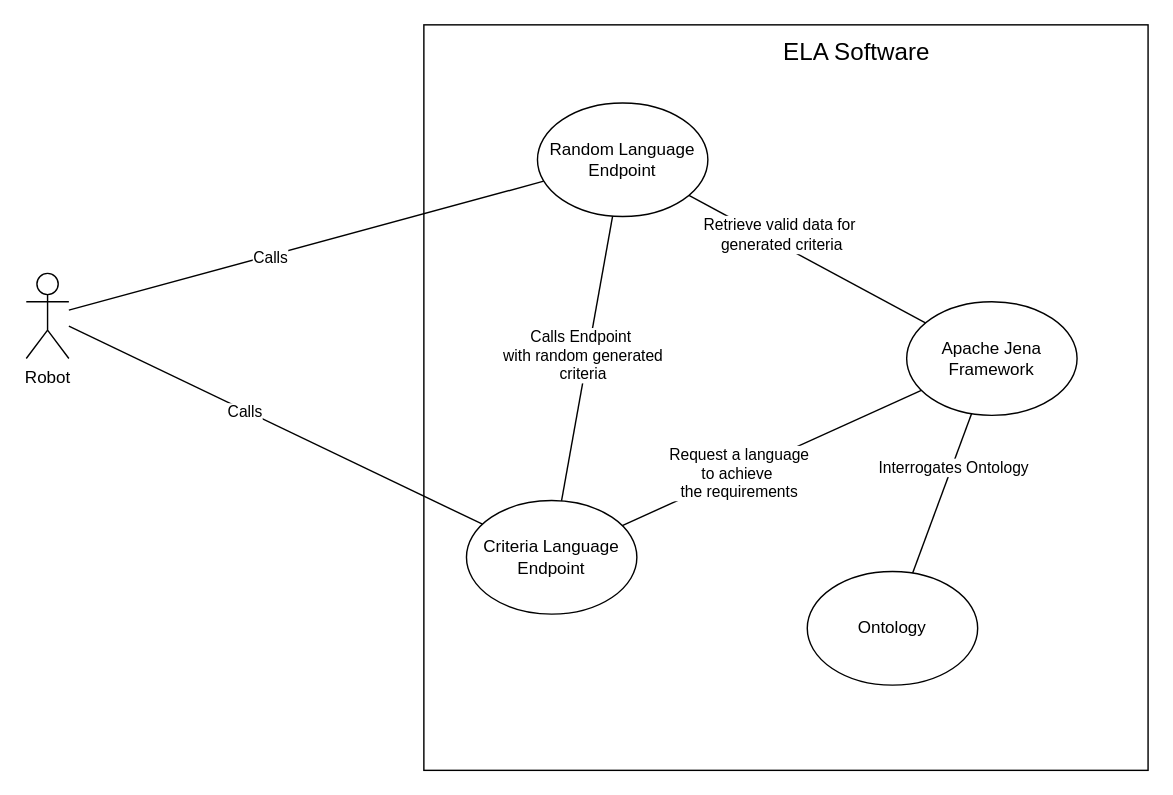
RiZZeR99/RiZZeR99.WADeEsotericLanguage.github.io keeps this draw.io diagram as documentation/use-cases/sources/robot_use_case.drawio. Above is the earlier version. Source tidied: cells renumbered, new cells numbered last; positions are measured from the earlier drawing's top-left corner, leaving out a move shared by most shapes. Both pictures are drawn from the tidied source at 142%, with x=0, y=0 at pixel (26, 24).
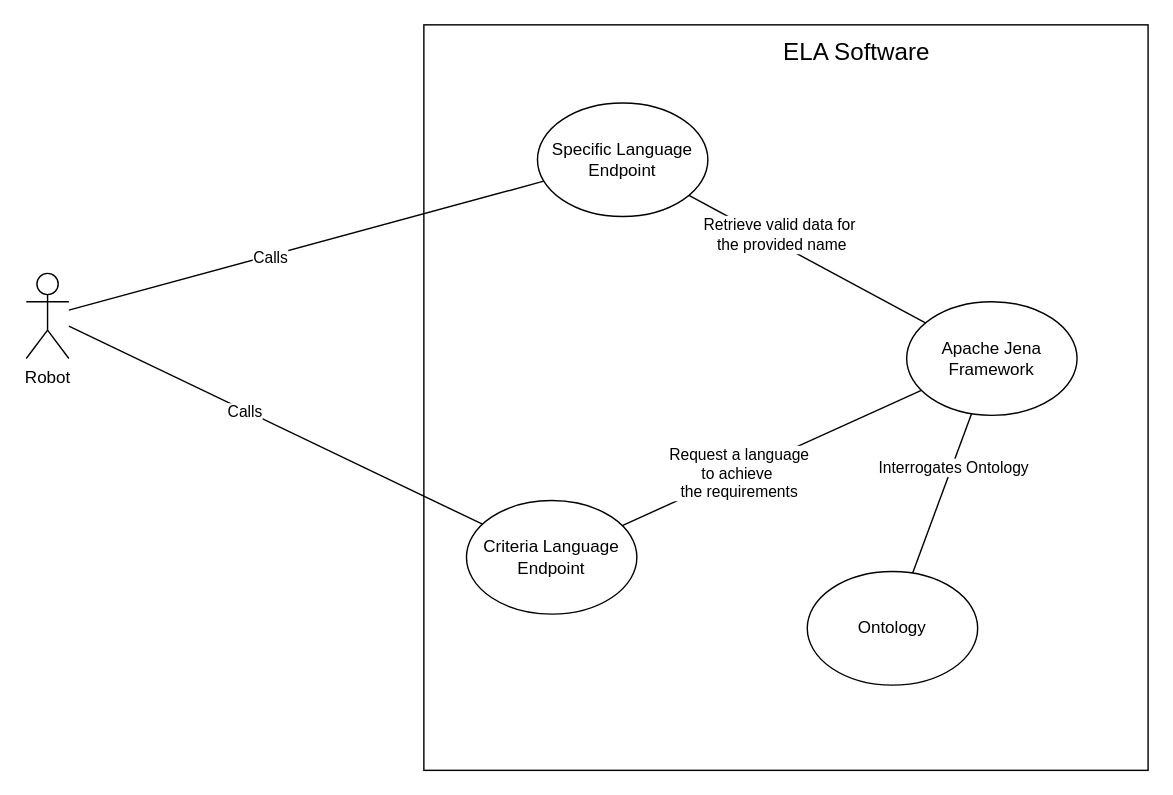
The same page after the edit.

The change refers to these unchanged cells:
```xml
<mxCell id="9" value="Criteria Language Endpoint" style="ellipse;whiteSpace=wrap;html=1;" parent="1" vertex="1">
  <mxGeometry x="310" y="335" width="120" height="80" as="geometry" />
</mxCell>
<mxCell id="17" style="endArrow=none;html=1;rounded=0;" parent="1" edge="1" source="10" target="8">
  <mxGeometry relative="1" as="geometry" />
</mxCell>
```

Diff of the diagram source:
```diff
@@
-    <mxCell id="8" value="Random Language Endpoint" style="ellipse;whiteSpace=wrap;html=1;" parent="1" vertex="1">
+    <mxCell id="8" value="Specific Language Endpoint" style="ellipse;whiteSpace=wrap;html=1;" parent="1" vertex="1">
       <mxGeometry x="360" y="55" width="120" height="80" as="geometry" />
     </mxCell>
@@
-    <mxCell id="15" style="endArrow=none;html=1;rounded=0;" parent="1" edge="1" source="9" target="8">
-      <mxGeometry relative="1" as="geometry" />
-    </mxCell>
-    <mxCell id="16" value="Calls Endpoint&amp;nbsp;&lt;br&gt;with random generated&lt;br&gt;criteria" style="edgeLabel;html=1;align=center;verticalAlign=middle;" parent="15" vertex="1">
-      <mxGeometry x="0.02" y="4" relative="1" as="geometry" />
-    </mxCell>
@@
-    <mxCell id="18" value="Retrieve valid data for&amp;nbsp;&lt;br&gt;generated criteria" style="edgeLabel;html=1;align=center;verticalAlign=middle;" parent="17" vertex="1">
+    <mxCell id="18" value="Retrieve valid data for&amp;nbsp;&lt;br&gt;the provided name" style="edgeLabel;html=1;align=center;verticalAlign=middle;" parent="17" vertex="1">
       <mxGeometry x="0.37" y="-1" relative="1" as="geometry">
         <mxPoint x="12" as="offset" />
       </mxGeometry>
     </mxCell>
```
